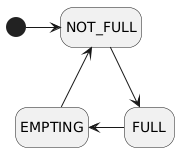
Earlier version of the PlantUML export doc/UML/img/raw_filling_task.png (Cinels/IoT-assignment-02). Its diagram source:
```plantuml
@startuml
hide empty description

state NOT_FULL

state FULL

state EMPTING



[*] -right-> NOT_FULL
NOT_FULL -down-> FULL
FULL -left-> EMPTING
EMPTING -up-> NOT_FULL
@enduml
```
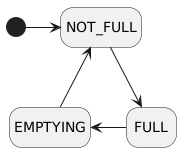
The same file after the commit.

Change to the diagram source:
```diff
@@ -5,12 +5,12 @@
 
 state FULL
 
-state EMPTING
+state EMPTYING
 
 
 
 [*] -right-> NOT_FULL
 NOT_FULL -down-> FULL
-FULL -left-> EMPTING
-EMPTING -up-> NOT_FULL
+FULL -left-> EMPTYING
+EMPTYING -up-> NOT_FULL
 @enduml
```
